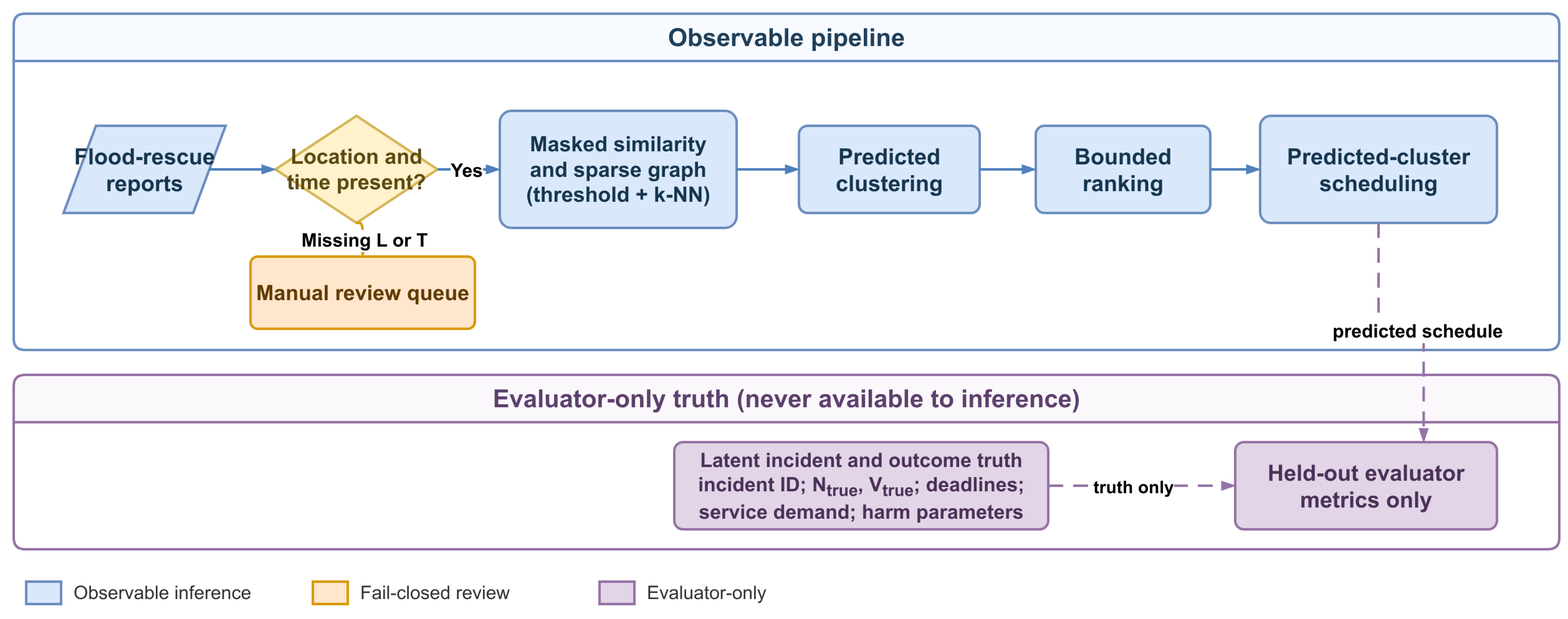
The draw.io diagram paper/figures/pipeline_v2.drawio.png in ngthtrong/nckh2, before a commit. Source tidied: cells renumbered, new cells last; positions are measured from the earlier drawing's top-left corner, leaving out a move shared by most shapes. Source of this version:
```xml
<mxGraphModel>
  <root>
    <mxCell id="0" />
    <mxCell id="1" parent="0" />
    <mxCell id="2" value="Observable pipeline" style="swimlane;startSize=38;horizontal=1;rounded=1;arcSize=8;whiteSpace=wrap;html=1;fillColor=#f7fbff;swimlaneFillColor=#ffffff;strokeColor=#6c8ebf;strokeWidth=2;fontColor=#1f3f5b;fontSize=20;fontStyle=1;" parent="1" vertex="1">
      <mxGeometry width="1240" height="270" as="geometry" />
    </mxCell>
    <mxCell id="3" value="Evaluator-only truth (never available to inference)" style="swimlane;startSize=38;horizontal=1;rounded=1;arcSize=8;whiteSpace=wrap;html=1;fillColor=#fbf8fc;swimlaneFillColor=#ffffff;strokeColor=#9673a6;strokeWidth=2;fontColor=#5d406c;fontSize=20;fontStyle=1;" parent="1" vertex="1">
      <mxGeometry y="290" width="1240" height="140" as="geometry" />
    </mxCell>
    <mxCell id="4" value="Flood-rescue&#10;reports" style="shape=parallelogram;perimeter=parallelogramPerimeter;whiteSpace=wrap;html=1;fillColor=#dae8fc;strokeColor=#6c8ebf;strokeWidth=2;fontColor=#16364f;fontSize=18;fontStyle=1;" parent="2" vertex="1">
      <mxGeometry x="40" y="90" width="130" height="70" as="geometry" />
    </mxCell>
    <mxCell id="5" value="Location and&#10;time present?" style="rhombus;whiteSpace=wrap;html=1;fillColor=#fff2cc;strokeColor=#d6b656;strokeWidth=2;fontColor=#5b4a12;fontSize=17;fontStyle=1;" parent="2" vertex="1">
      <mxGeometry x="210" y="82" width="130" height="86" as="geometry" />
    </mxCell>
    <mxCell id="6" value="Masked similarity&#10;and sparse graph&#10;(threshold + k-NN)" style="rounded=1;arcSize=10;whiteSpace=wrap;html=1;fillColor=#dae8fc;strokeColor=#6c8ebf;strokeWidth=2;fontColor=#16364f;fontSize=17;fontStyle=1;" parent="2" vertex="1">
      <mxGeometry x="390" y="78" width="190" height="94" as="geometry" />
    </mxCell>
    <mxCell id="7" value="Predicted&#10;clustering" style="rounded=1;arcSize=10;whiteSpace=wrap;html=1;fillColor=#dae8fc;strokeColor=#6c8ebf;strokeWidth=2;fontColor=#16364f;fontSize=18;fontStyle=1;" parent="2" vertex="1">
      <mxGeometry x="630" y="90" width="145" height="70" as="geometry" />
    </mxCell>
    <mxCell id="8" value="Bounded&#10;ranking" style="rounded=1;arcSize=10;whiteSpace=wrap;html=1;fillColor=#dae8fc;strokeColor=#6c8ebf;strokeWidth=2;fontColor=#16364f;fontSize=18;fontStyle=1;" parent="2" vertex="1">
      <mxGeometry x="820" y="90" width="140" height="70" as="geometry" />
    </mxCell>
    <mxCell id="9" value="Predicted-cluster&#10;scheduling" style="rounded=1;arcSize=10;whiteSpace=wrap;html=1;fillColor=#dae8fc;strokeColor=#6c8ebf;strokeWidth=2;fontColor=#16364f;fontSize=18;fontStyle=1;" parent="2" vertex="1">
      <mxGeometry x="1000" y="82" width="190" height="86" as="geometry" />
    </mxCell>
    <mxCell id="10" value="Manual review queue" style="rounded=1;arcSize=10;whiteSpace=wrap;html=1;fillColor=#ffe6cc;strokeColor=#d79b00;strokeWidth=2;fontColor=#603c00;fontSize=17;fontStyle=1;" parent="2" vertex="1">
      <mxGeometry x="190" y="195" width="180" height="58" as="geometry" />
    </mxCell>
    <mxCell id="11" value="Latent incident and outcome truth&#10;incident ID; N&lt;sub&gt;true&lt;/sub&gt;, V&lt;sub&gt;true&lt;/sub&gt;; deadlines;&#10;service demand; harm parameters" style="rounded=1;arcSize=10;whiteSpace=wrap;html=1;fillColor=#e1d5e7;strokeColor=#9673a6;strokeWidth=2;fontColor=#4b3158;fontSize=16;fontStyle=1;" parent="3" vertex="1">
      <mxGeometry x="530" y="54" width="300" height="70" as="geometry" />
    </mxCell>
    <mxCell id="12" value="Held-out evaluator&#10;metrics only" style="rounded=1;arcSize=10;whiteSpace=wrap;html=1;fillColor=#e1d5e7;strokeColor=#9673a6;strokeWidth=2;fontColor=#4b3158;fontSize=18;fontStyle=1;" parent="3" vertex="1">
      <mxGeometry x="980" y="54" width="210" height="70" as="geometry" />
    </mxCell>
    <mxCell id="13" style="edgeStyle=orthogonalEdgeStyle;rounded=1;jettySize=auto;html=1;endArrow=blockThin;endFill=1;strokeColor=#4f81bd;strokeWidth=2;exitX=1;exitY=0.5;exitDx=0;exitDy=0;entryX=0;entryY=0.5;entryDx=0;entryDy=0;" parent="1" edge="1" source="4" target="5">
      <mxGeometry relative="1" as="geometry" />
    </mxCell>
    <mxCell id="14" value="Yes" style="edgeStyle=orthogonalEdgeStyle;rounded=1;jettySize=auto;html=1;endArrow=blockThin;endFill=1;strokeColor=#4f81bd;strokeWidth=2;fontSize=15;fontStyle=1;labelBackgroundColor=#ffffff;exitX=1;exitY=0.5;exitDx=0;exitDy=0;entryX=0;entryY=0.5;entryDx=0;entryDy=0;" parent="1" edge="1" source="5" target="6">
      <mxGeometry x="-0.1" y="-1" relative="1" as="geometry" />
    </mxCell>
    <mxCell id="15" value="Missing L or T" style="edgeStyle=orthogonalEdgeStyle;rounded=1;jettySize=auto;html=1;endArrow=blockThin;endFill=1;strokeColor=#d79b00;strokeWidth=2;fontSize=15;fontStyle=1;labelBackgroundColor=#ffffff;exitX=0.5;exitY=1;exitDx=0;exitDy=0;entryX=0.5;entryY=0;entryDx=0;entryDy=0;" parent="1" edge="1" source="5" target="10">
      <mxGeometry x="0.18" y="1" relative="1" as="geometry" />
    </mxCell>
    <mxCell id="16" style="edgeStyle=orthogonalEdgeStyle;rounded=1;jettySize=auto;html=1;endArrow=blockThin;endFill=1;strokeColor=#4f81bd;strokeWidth=2;exitX=1;exitY=0.5;exitDx=0;exitDy=0;entryX=0;entryY=0.5;entryDx=0;entryDy=0;" parent="1" edge="1" source="6" target="7">
      <mxGeometry relative="1" as="geometry" />
    </mxCell>
    <mxCell id="17" style="edgeStyle=orthogonalEdgeStyle;rounded=1;jettySize=auto;html=1;endArrow=blockThin;endFill=1;strokeColor=#4f81bd;strokeWidth=2;exitX=1;exitY=0.5;exitDx=0;exitDy=0;entryX=0;entryY=0.5;entryDx=0;entryDy=0;" parent="1" edge="1" source="7" target="8">
      <mxGeometry relative="1" as="geometry" />
    </mxCell>
    <mxCell id="18" style="edgeStyle=orthogonalEdgeStyle;rounded=1;jettySize=auto;html=1;endArrow=blockThin;endFill=1;strokeColor=#4f81bd;strokeWidth=2;exitX=1;exitY=0.5;exitDx=0;exitDy=0;entryX=0;entryY=0.5;entryDx=0;entryDy=0;" parent="1" edge="1" source="8" target="9">
      <mxGeometry relative="1" as="geometry" />
    </mxCell>
    <mxCell id="19" value="predicted schedule" style="edgeStyle=orthogonalEdgeStyle;rounded=1;jettySize=auto;html=1;endArrow=blockThin;endFill=1;dashed=1;dashPattern=6 4;strokeColor=#9673a6;strokeWidth=2;fontSize=15;fontStyle=1;labelBackgroundColor=#ffffff;exitX=0.5;exitY=1;exitDx=0;exitDy=0;entryX=0.72;entryY=0;entryDx=0;entryDy=0;" parent="1" edge="1" source="9" target="12">
      <mxGeometry x="0.12" y="1" relative="1" as="geometry" />
    </mxCell>
    <mxCell id="20" value="truth only" style="edgeStyle=orthogonalEdgeStyle;rounded=1;jettySize=auto;html=1;endArrow=blockThin;endFill=1;dashed=1;dashPattern=6 4;strokeColor=#9673a6;strokeWidth=2;fontSize=14;fontStyle=1;labelBackgroundColor=#ffffff;exitX=1;exitY=0.5;exitDx=0;exitDy=0;entryX=0;entryY=0.5;entryDx=0;entryDy=0;" parent="1" edge="1" source="11" target="12">
      <mxGeometry x="-0.1" y="-1" relative="1" as="geometry" />
    </mxCell>
    <mxCell id="21" style="rounded=0;html=1;fillColor=#dae8fc;strokeColor=#6c8ebf;strokeWidth=2;" parent="1" vertex="1">
      <mxGeometry x="10" y="456" width="28" height="18" as="geometry" />
    </mxCell>
    <mxCell id="22" value="Observable inference" style="text;html=1;align=left;verticalAlign=middle;fontSize=15;fontColor=#333333;" parent="1" vertex="1">
      <mxGeometry x="46" y="450" width="165" height="30" as="geometry" />
    </mxCell>
    <mxCell id="23" style="rounded=0;html=1;fillColor=#ffe6cc;strokeColor=#d79b00;strokeWidth=2;" parent="1" vertex="1">
      <mxGeometry x="240" y="456" width="28" height="18" as="geometry" />
    </mxCell>
    <mxCell id="24" value="Fail-closed review" style="text;html=1;align=left;verticalAlign=middle;fontSize=15;fontColor=#333333;" parent="1" vertex="1">
      <mxGeometry x="276" y="450" width="165" height="30" as="geometry" />
    </mxCell>
    <mxCell id="25" style="rounded=0;html=1;fillColor=#e1d5e7;strokeColor=#9673a6;strokeWidth=2;" parent="1" vertex="1">
      <mxGeometry x="470" y="456" width="28" height="18" as="geometry" />
    </mxCell>
    <mxCell id="26" value="Evaluator-only" style="text;html=1;align=left;verticalAlign=middle;fontSize=15;fontColor=#333333;" parent="1" vertex="1">
      <mxGeometry x="506" y="450" width="150" height="30" as="geometry" />
    </mxCell>
  </root>
</mxGraphModel>
```
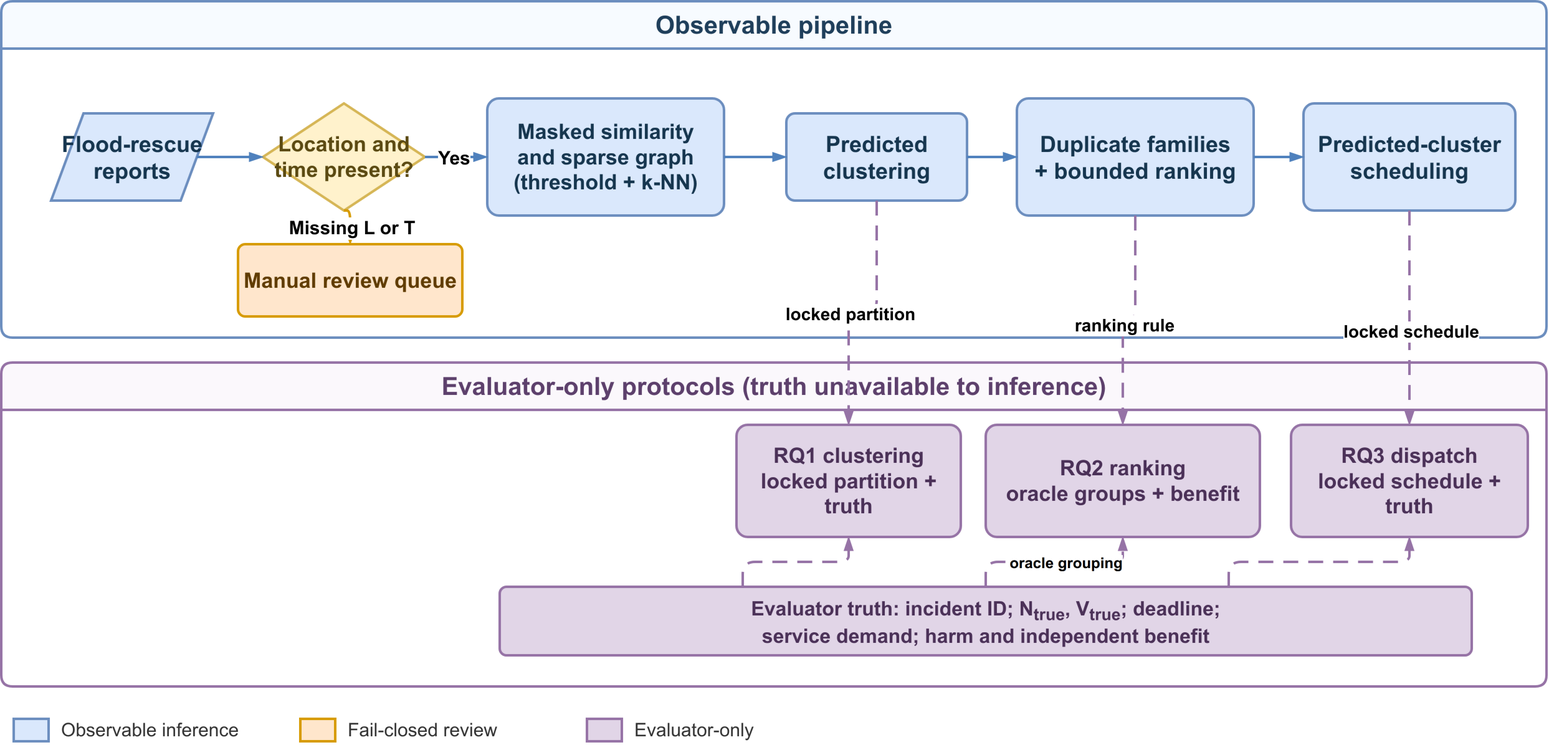
Above is the later version.

Change to the diagram source:
```diff
@@ -3,10 +3,10 @@
     <mxCell id="0" />
     <mxCell id="1" parent="0" />
     <mxCell id="2" value="Observable pipeline" style="swimlane;startSize=38;horizontal=1;rounded=1;arcSize=8;whiteSpace=wrap;html=1;fillColor=#f7fbff;swimlaneFillColor=#ffffff;strokeColor=#6c8ebf;strokeWidth=2;fontColor=#1f3f5b;fontSize=20;fontStyle=1;" parent="1" vertex="1">
-      <mxGeometry width="1240" height="270" as="geometry" />
+      <mxGeometry y="-120" width="1240" height="270" as="geometry" />
     </mxCell>
-    <mxCell id="3" value="Evaluator-only truth (never available to inference)" style="swimlane;startSize=38;horizontal=1;rounded=1;arcSize=8;whiteSpace=wrap;html=1;fillColor=#fbf8fc;swimlaneFillColor=#ffffff;strokeColor=#9673a6;strokeWidth=2;fontColor=#5d406c;fontSize=20;fontStyle=1;" parent="1" vertex="1">
-      <mxGeometry y="290" width="1240" height="140" as="geometry" />
+    <mxCell id="3" value="Evaluator-only protocols (truth unavailable to inference)" style="swimlane;startSize=38;horizontal=1;rounded=1;arcSize=8;whiteSpace=wrap;html=1;fillColor=#fbf8fc;swimlaneFillColor=#ffffff;strokeColor=#9673a6;strokeWidth=2;fontColor=#5d406c;fontSize=20;fontStyle=1;" parent="1" vertex="1">
+      <mxGeometry y="170" width="1240" height="260" as="geometry" />
     </mxCell>
     <mxCell id="4" value="Flood-rescue&#10;reports" style="shape=parallelogram;perimeter=parallelogramPerimeter;whiteSpace=wrap;html=1;fillColor=#dae8fc;strokeColor=#6c8ebf;strokeWidth=2;fontColor=#16364f;fontSize=18;fontStyle=1;" parent="2" vertex="1">
       <mxGeometry x="40" y="90" width="130" height="70" as="geometry" />
@@ -20,21 +20,27 @@
     <mxCell id="7" value="Predicted&#10;clustering" style="rounded=1;arcSize=10;whiteSpace=wrap;html=1;fillColor=#dae8fc;strokeColor=#6c8ebf;strokeWidth=2;fontColor=#16364f;fontSize=18;fontStyle=1;" parent="2" vertex="1">
       <mxGeometry x="630" y="90" width="145" height="70" as="geometry" />
     </mxCell>
-    <mxCell id="8" value="Bounded&#10;ranking" style="rounded=1;arcSize=10;whiteSpace=wrap;html=1;fillColor=#dae8fc;strokeColor=#6c8ebf;strokeWidth=2;fontColor=#16364f;fontSize=18;fontStyle=1;" parent="2" vertex="1">
-      <mxGeometry x="820" y="90" width="140" height="70" as="geometry" />
+    <mxCell id="8" value="Duplicate families&#10;+ bounded ranking" style="rounded=1;arcSize=10;whiteSpace=wrap;html=1;fillColor=#dae8fc;strokeColor=#6c8ebf;strokeWidth=2;fontColor=#16364f;fontSize=18;fontStyle=1;" parent="2" vertex="1">
+      <mxGeometry x="815" y="78" width="190" height="94" as="geometry" />
     </mxCell>
     <mxCell id="9" value="Predicted-cluster&#10;scheduling" style="rounded=1;arcSize=10;whiteSpace=wrap;html=1;fillColor=#dae8fc;strokeColor=#6c8ebf;strokeWidth=2;fontColor=#16364f;fontSize=18;fontStyle=1;" parent="2" vertex="1">
-      <mxGeometry x="1000" y="82" width="190" height="86" as="geometry" />
+      <mxGeometry x="1045" y="82" width="170" height="86" as="geometry" />
     </mxCell>
     <mxCell id="10" value="Manual review queue" style="rounded=1;arcSize=10;whiteSpace=wrap;html=1;fillColor=#ffe6cc;strokeColor=#d79b00;strokeWidth=2;fontColor=#603c00;fontSize=17;fontStyle=1;" parent="2" vertex="1">
       <mxGeometry x="190" y="195" width="180" height="58" as="geometry" />
     </mxCell>
-    <mxCell id="11" value="Latent incident and outcome truth&#10;incident ID; N&lt;sub&gt;true&lt;/sub&gt;, V&lt;sub&gt;true&lt;/sub&gt;; deadlines;&#10;service demand; harm parameters" style="rounded=1;arcSize=10;whiteSpace=wrap;html=1;fillColor=#e1d5e7;strokeColor=#9673a6;strokeWidth=2;fontColor=#4b3158;fontSize=16;fontStyle=1;" parent="3" vertex="1">
-      <mxGeometry x="530" y="54" width="300" height="70" as="geometry" />
+    <mxCell id="11" value="Evaluator truth: incident ID; N&lt;sub&gt;true&lt;/sub&gt;, V&lt;sub&gt;true&lt;/sub&gt;; deadline;&#10;service demand; harm and independent benefit" style="rounded=1;arcSize=10;whiteSpace=wrap;html=1;fillColor=#e1d5e7;strokeColor=#9673a6;strokeWidth=2;fontColor=#4b3158;fontSize=16;fontStyle=1;" parent="3" vertex="1">
+      <mxGeometry x="400" y="180" width="780" height="55" as="geometry" />
     </mxCell>
-    <mxCell id="12" value="Held-out evaluator&#10;metrics only" style="rounded=1;arcSize=10;whiteSpace=wrap;html=1;fillColor=#e1d5e7;strokeColor=#9673a6;strokeWidth=2;fontColor=#4b3158;fontSize=18;fontStyle=1;" parent="3" vertex="1">
-      <mxGeometry x="980" y="54" width="210" height="70" as="geometry" />
+    <mxCell id="12" value="RQ1 clustering&#10;locked partition + truth" style="rounded=1;arcSize=10;whiteSpace=wrap;html=1;fillColor=#e1d5e7;strokeColor=#9673a6;strokeWidth=2;fontColor=#4b3158;fontSize=17;fontStyle=1;" parent="3" vertex="1">
+      <mxGeometry x="590" y="50" width="180" height="90" as="geometry" />
     </mxCell>
+    <mxCell id="27" value="RQ2 ranking&#10;oracle groups + benefit" style="rounded=1;arcSize=10;whiteSpace=wrap;html=1;fillColor=#e1d5e7;strokeColor=#9673a6;strokeWidth=2;fontColor=#4b3158;fontSize=17;fontStyle=1;" parent="3" vertex="1">
+      <mxGeometry x="790" y="50" width="220" height="90" as="geometry" />
+    </mxCell>
+    <mxCell id="28" value="RQ3 dispatch&#10;locked schedule + truth" style="rounded=1;arcSize=10;whiteSpace=wrap;html=1;fillColor=#e1d5e7;strokeColor=#9673a6;strokeWidth=2;fontColor=#4b3158;fontSize=17;fontStyle=1;" parent="3" vertex="1">
+      <mxGeometry x="1035" y="50" width="190" height="90" as="geometry" />
+    </mxCell>
     <mxCell id="13" style="edgeStyle=orthogonalEdgeStyle;rounded=1;jettySize=auto;html=1;endArrow=blockThin;endFill=1;strokeColor=#4f81bd;strokeWidth=2;exitX=1;exitY=0.5;exitDx=0;exitDy=0;entryX=0;entryY=0.5;entryDx=0;entryDy=0;" parent="1" edge="1" source="4" target="5">
       <mxGeometry relative="1" as="geometry" />
     </mxCell>
@@ -53,12 +59,24 @@
     <mxCell id="18" style="edgeStyle=orthogonalEdgeStyle;rounded=1;jettySize=auto;html=1;endArrow=blockThin;endFill=1;strokeColor=#4f81bd;strokeWidth=2;exitX=1;exitY=0.5;exitDx=0;exitDy=0;entryX=0;entryY=0.5;entryDx=0;entryDy=0;" parent="1" edge="1" source="8" target="9">
       <mxGeometry relative="1" as="geometry" />
     </mxCell>
-    <mxCell id="19" value="predicted schedule" style="edgeStyle=orthogonalEdgeStyle;rounded=1;jettySize=auto;html=1;endArrow=blockThin;endFill=1;dashed=1;dashPattern=6 4;strokeColor=#9673a6;strokeWidth=2;fontSize=15;fontStyle=1;labelBackgroundColor=#ffffff;exitX=0.5;exitY=1;exitDx=0;exitDy=0;entryX=0.72;entryY=0;entryDx=0;entryDy=0;" parent="1" edge="1" source="9" target="12">
+    <mxCell id="19" value="locked schedule" style="edgeStyle=orthogonalEdgeStyle;rounded=1;jettySize=auto;html=1;endArrow=blockThin;endFill=1;dashed=1;dashPattern=6 4;strokeColor=#9673a6;strokeWidth=2;fontSize=14;fontStyle=1;labelBackgroundColor=#ffffff;exitX=0.5;exitY=1;exitDx=0;exitDy=0;entryX=0.5;entryY=0;entryDx=0;entryDy=0;" parent="1" edge="1" source="9" target="28">
       <mxGeometry x="0.12" y="1" relative="1" as="geometry" />
     </mxCell>
-    <mxCell id="20" value="truth only" style="edgeStyle=orthogonalEdgeStyle;rounded=1;jettySize=auto;html=1;endArrow=blockThin;endFill=1;dashed=1;dashPattern=6 4;strokeColor=#9673a6;strokeWidth=2;fontSize=14;fontStyle=1;labelBackgroundColor=#ffffff;exitX=1;exitY=0.5;exitDx=0;exitDy=0;entryX=0;entryY=0.5;entryDx=0;entryDy=0;" parent="1" edge="1" source="11" target="12">
+    <mxCell id="20" style="edgeStyle=orthogonalEdgeStyle;rounded=1;jettySize=auto;html=1;endArrow=blockThin;endFill=1;dashed=1;dashPattern=6 4;strokeColor=#9673a6;strokeWidth=2;exitX=0.25;exitY=0;exitDx=0;exitDy=0;entryX=0.5;entryY=1;entryDx=0;entryDy=0;" parent="1" edge="1" source="11" target="12">
       <mxGeometry x="-0.1" y="-1" relative="1" as="geometry" />
     </mxCell>
+    <mxCell id="29" value="locked partition" style="edgeStyle=orthogonalEdgeStyle;rounded=1;jettySize=auto;html=1;endArrow=blockThin;endFill=1;dashed=1;dashPattern=6 4;strokeColor=#9673a6;strokeWidth=2;fontSize=14;fontStyle=1;labelBackgroundColor=#ffffff;exitX=0.5;exitY=1;exitDx=0;exitDy=0;entryX=0.5;entryY=0;entryDx=0;entryDy=0;" parent="1" edge="1" source="7" target="12">
+      <mxGeometry x="0.1" y="1" relative="1" as="geometry" />
+    </mxCell>
+    <mxCell id="30" value="ranking rule" style="edgeStyle=orthogonalEdgeStyle;rounded=1;jettySize=auto;html=1;endArrow=blockThin;endFill=1;dashed=1;dashPattern=6 4;strokeColor=#9673a6;strokeWidth=2;fontSize=14;fontStyle=1;labelBackgroundColor=#ffffff;exitX=0.5;exitY=1;exitDx=0;exitDy=0;entryX=0.5;entryY=0;entryDx=0;entryDy=0;" parent="1" edge="1" source="8" target="27">
+      <mxGeometry x="0.1" y="1" relative="1" as="geometry" />
+    </mxCell>
+    <mxCell id="31" value="oracle grouping" style="edgeStyle=orthogonalEdgeStyle;rounded=1;jettySize=auto;html=1;endArrow=blockThin;endFill=1;dashed=1;dashPattern=6 4;strokeColor=#9673a6;strokeWidth=2;fontSize=12;fontStyle=1;labelBackgroundColor=#ffffff;exitX=0.5;exitY=0;exitDx=0;exitDy=0;entryX=0.5;entryY=1;entryDx=0;entryDy=0;" parent="1" edge="1" source="11" target="27">
+      <mxGeometry x="0.12" y="-1" relative="1" as="geometry" />
+    </mxCell>
+    <mxCell id="32" style="edgeStyle=orthogonalEdgeStyle;rounded=1;jettySize=auto;html=1;endArrow=blockThin;endFill=1;dashed=1;dashPattern=6 4;strokeColor=#9673a6;strokeWidth=2;exitX=0.75;exitY=0;exitDx=0;exitDy=0;entryX=0.5;entryY=1;entryDx=0;entryDy=0;" parent="1" edge="1" source="11" target="28">
+      <mxGeometry x="0.1" y="-1" relative="1" as="geometry" />
+    </mxCell>
     <mxCell id="21" style="rounded=0;html=1;fillColor=#dae8fc;strokeColor=#6c8ebf;strokeWidth=2;" parent="1" vertex="1">
       <mxGeometry x="10" y="456" width="28" height="18" as="geometry" />
     </mxCell>
```
